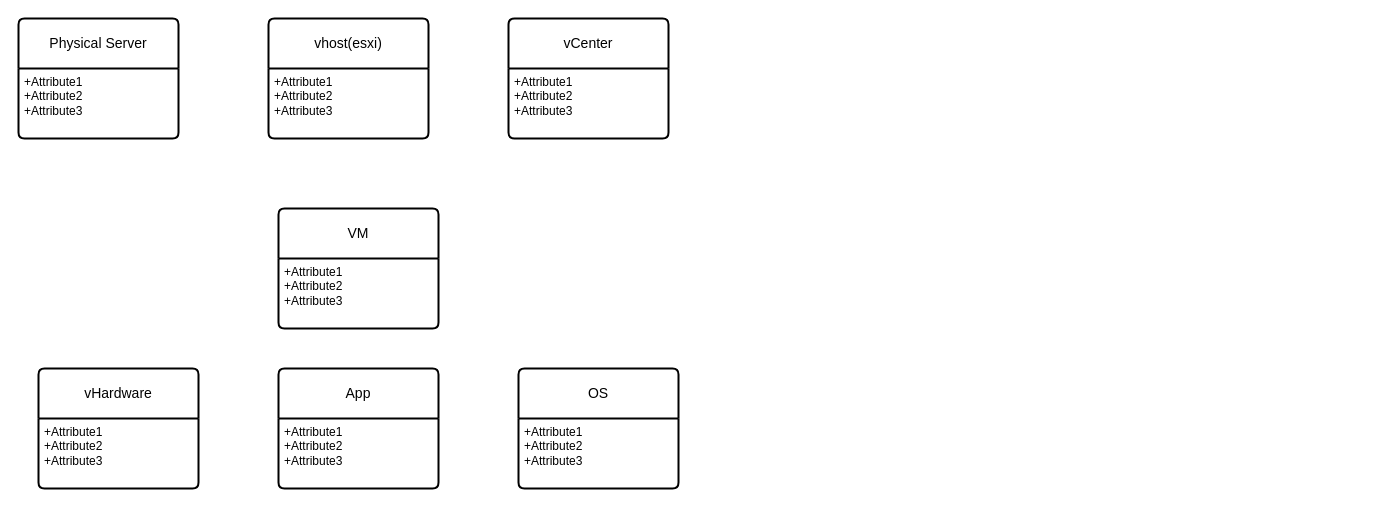
Before: vCenter.drawio in flaschracket/Powershell, a draw.io diagram. Source tidied: cells renumbered, new cells numbered last; positions are measured from the earlier drawing's top-left corner, leaving out a move shared by most shapes. Both pictures are drawn from the tidied source at 100%, with x=0, y=0 at pixel (18, 18).
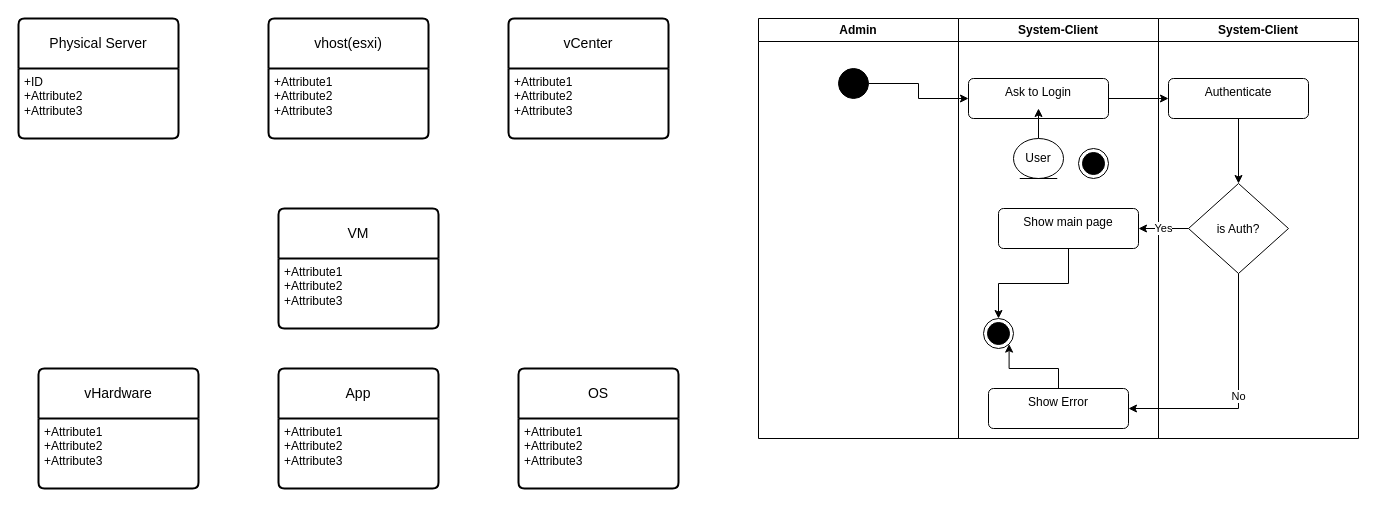
After the change.

Unchanged cells that the change refers to:
```xml
<mxCell id="2" value="Physical Server" style="swimlane;horizontal=1;startSize=50;rounded=1;fontSize=14;fontStyle=0;strokeWidth=2;shadow=0;dashed=0;align=center;arcSize=4;whiteSpace=wrap;html=1;" parent="1" vertex="1">
  <mxGeometry width="160" height="120" as="geometry" />
</mxCell>
```

Change to the diagram source:
```diff
@@
-    <mxCell id="3" value="+Attribute1&#10;+Attribute2&#10;+Attribute3" style="align=left;strokeColor=none;fillColor=none;spacingLeft=4;fontSize=12;verticalAlign=top;html=1;" parent="2" vertex="1">
+    <mxCell id="3" value="+ID&lt;br&gt;+Attribute2&lt;br&gt;+Attribute3" style="align=left;strokeColor=none;fillColor=none;spacingLeft=4;fontSize=12;verticalAlign=top;html=1;" parent="2" vertex="1">
       <mxGeometry y="50" width="160" height="70" as="geometry" />
     </mxCell>
@@
+    <mxCell id="16" style="group;" parent="1" vertex="1">
+      <mxGeometry x="740" width="600" height="420" as="geometry" />
+    </mxCell>
+    <mxCell id="17" value="Admin" style="swimlane;whiteSpace=wrap;html=1;" parent="16" vertex="1">
+      <mxGeometry width="200" height="420" as="geometry" />
+    </mxCell>
+    <mxCell id="18" style="ellipse;fillColor=strokeColor;html=1;" parent="17" vertex="1">
+      <mxGeometry x="80" y="50" width="30" height="30" as="geometry" />
+    </mxCell>
+    <mxCell id="19" value="System-Client" style="swimlane;whiteSpace=wrap;html=1;" parent="16" vertex="1">
+      <mxGeometry x="200" width="200" height="420" as="geometry" />
+    </mxCell>
+    <mxCell id="20" value="Ask to Login" style="html=1;align=center;verticalAlign=top;rounded=1;absoluteArcSize=1;arcSize=10;dashed=0;whiteSpace=wrap;" parent="19" vertex="1">
+      <mxGeometry x="10" y="60" width="140" height="40" as="geometry" />
+    </mxCell>
+    <mxCell id="21" value="Show main page" style="html=1;align=center;verticalAlign=top;rounded=1;absoluteArcSize=1;arcSize=10;dashed=0;whiteSpace=wrap;" parent="19" vertex="1">
+      <mxGeometry x="40" y="190" width="140" height="40" as="geometry" />
+    </mxCell>
+    <mxCell id="22" style="edgeStyle=orthogonalEdgeStyle;rounded=0;jettySize=auto;html=1;entryX=0.5;entryY=0.75;entryDx=0;entryDy=0;entryPerimeter=0;" parent="19" edge="1" source="23" target="20">
+      <mxGeometry relative="1" as="geometry">
+        <Array as="points">
+          <mxPoint x="80" y="120" />
+        </Array>
+      </mxGeometry>
+    </mxCell>
+    <mxCell id="23" value="User" style="ellipse;shape=umlEntity;whiteSpace=wrap;html=1;" parent="19" vertex="1">
+      <mxGeometry x="55" y="120" width="50" height="40" as="geometry" />
+    </mxCell>
+    <mxCell id="24" value="Show Error" style="html=1;align=center;verticalAlign=top;rounded=1;absoluteArcSize=1;arcSize=10;dashed=0;whiteSpace=wrap;" parent="19" vertex="1">
+      <mxGeometry x="30" y="370" width="140" height="40" as="geometry" />
+    </mxCell>
+    <mxCell id="25" style="ellipse;html=1;shape=endState;fillColor=strokeColor;" parent="19" vertex="1">
+      <mxGeometry x="25" y="300" width="30" height="30" as="geometry" />
+    </mxCell>
+    <mxCell id="26" style="edgeStyle=orthogonalEdgeStyle;rounded=0;jettySize=auto;html=1;entryX=0.5;entryY=0;entryDx=0;entryDy=0;" parent="19" edge="1" source="21" target="25">
+      <mxGeometry relative="1" as="geometry" />
+    </mxCell>
+    <mxCell id="27" style="edgeStyle=orthogonalEdgeStyle;rounded=0;jettySize=auto;html=1;entryX=1;entryY=1;entryDx=0;entryDy=0;" parent="19" edge="1" source="24" target="25">
+      <mxGeometry relative="1" as="geometry" />
+    </mxCell>
+    <mxCell id="28" style="edgeStyle=orthogonalEdgeStyle;rounded=0;jettySize=auto;html=1;" parent="16" edge="1" source="18" target="20">
+      <mxGeometry relative="1" as="geometry" />
+    </mxCell>
+    <mxCell id="29" value="System-Client" style="swimlane;whiteSpace=wrap;html=1;" parent="16" vertex="1">
+      <mxGeometry x="400" width="200" height="420" as="geometry" />
+    </mxCell>
+    <mxCell id="30" style="edgeStyle=orthogonalEdgeStyle;rounded=0;jettySize=auto;html=1;" parent="29" edge="1" source="31" target="32">
+      <mxGeometry relative="1" as="geometry" />
+    </mxCell>
+    <mxCell id="31" value="Authenticate" style="html=1;align=center;verticalAlign=top;rounded=1;absoluteArcSize=1;arcSize=10;dashed=0;whiteSpace=wrap;" parent="29" vertex="1">
+      <mxGeometry x="10" y="60" width="140" height="40" as="geometry" />
+    </mxCell>
+    <mxCell id="32" value="is Auth?" style="rhombus;" parent="29" vertex="1">
+      <mxGeometry x="30" y="165" width="100" height="90" as="geometry" />
+    </mxCell>
+    <mxCell id="33" style="edgeStyle=orthogonalEdgeStyle;rounded=0;jettySize=auto;html=1;" parent="16" edge="1" source="20" target="31">
+      <mxGeometry relative="1" as="geometry" />
+    </mxCell>
+    <mxCell id="34" value="Yes" style="edgeStyle=orthogonalEdgeStyle;rounded=0;jettySize=auto;html=1;" parent="16" edge="1" source="32" target="21">
+      <mxGeometry relative="1" as="geometry" />
+    </mxCell>
+    <mxCell id="35" value="No" style="edgeStyle=orthogonalEdgeStyle;rounded=0;jettySize=auto;html=1;entryX=1;entryY=0.5;entryDx=0;entryDy=0;" parent="16" edge="1" source="32" target="24">
+      <mxGeometry relative="1" as="geometry">
+        <Array as="points">
+          <mxPoint x="480" y="390" />
+        </Array>
+      </mxGeometry>
+    </mxCell>
+    <mxCell id="36" style="ellipse;html=1;shape=endState;fillColor=strokeColor;" parent="16" vertex="1">
+      <mxGeometry x="320" y="130" width="30" height="30" as="geometry" />
+    </mxCell>
```
